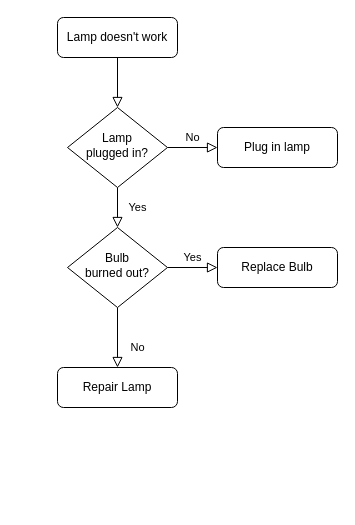
Earlier version of the draw.io diagram Exercise1_13.drawio (LONGDKZdev/Flowchart). Source tidied: cells renumbered, new cells numbered last; positions are measured from the earlier drawing's top-left corner, leaving out a move shared by most shapes. Both pictures are drawn from the tidied source at 100%, with x=0, y=0 at pixel (57, 17).
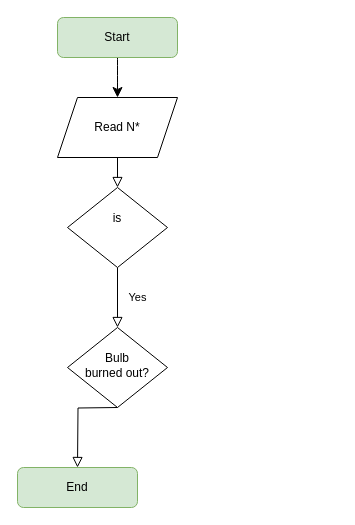
Above is the later version.

The edit, as a diff of the source:
```diff
@@
 <mxGraphModel>
   <root>
     <mxCell id="0" />
     <mxCell id="1" parent="0" />
-    <mxCell id="2" style="rounded=0;html=1;jettySize=auto;fontSize=11;endArrow=block;endFill=0;endSize=8;strokeWidth=1;shadow=0;labelBackgroundColor=none;edgeStyle=orthogonalEdgeStyle;" parent="1" edge="1" source="3" target="6">
+    <mxCell id="2" style="rounded=0;html=1;jettySize=auto;fontSize=11;endArrow=block;endFill=0;endSize=8;strokeWidth=1;shadow=0;labelBackgroundColor=none;edgeStyle=orthogonalEdgeStyle;exitX=0.5;exitY=1;exitDx=0;exitDy=0;" parent="1" edge="1" source="14" target="6">
       <mxGeometry relative="1" as="geometry" />
     </mxCell>
+    <mxCell id="13" style="edgeStyle=none;curved=1;rounded=0;jettySize=auto;html=1;fontSize=12;startSize=8;endSize=8;" parent="1" edge="1" source="3" target="14">
+      <mxGeometry relative="1" as="geometry" />
+    </mxCell>
-    <mxCell id="3" value="Lamp doesn't work" style="rounded=1;whiteSpace=wrap;html=1;fontSize=12;glass=0;strokeWidth=1;shadow=0;" parent="1" vertex="1">
+    <mxCell id="3" value="Start" style="rounded=1;whiteSpace=wrap;html=1;fontSize=12;glass=0;strokeWidth=1;shadow=0;fillColor=#d5e8d4;strokeColor=#82b366;" parent="1" vertex="1">
       <mxGeometry width="120" height="40" as="geometry" />
     </mxCell>
     <mxCell id="4" value="Yes" style="rounded=0;html=1;jettySize=auto;fontSize=11;endArrow=block;endFill=0;endSize=8;strokeWidth=1;shadow=0;labelBackgroundColor=none;edgeStyle=orthogonalEdgeStyle;" parent="1" edge="1" source="6" target="10">
       <mxGeometry y="20" relative="1" as="geometry" />
     </mxCell>
-    <mxCell id="5" value="No" style="edgeStyle=orthogonalEdgeStyle;rounded=0;html=1;jettySize=auto;fontSize=11;endArrow=block;endFill=0;endSize=8;strokeWidth=1;shadow=0;labelBackgroundColor=none;" parent="1" edge="1" source="6" target="7">
-      <mxGeometry y="10" relative="1" as="geometry" />
-    </mxCell>
-    <mxCell id="6" value="Lamp&lt;br&gt;plugged in?" style="rhombus;whiteSpace=wrap;html=1;shadow=0;fontFamily=Helvetica;fontSize=12;align=center;strokeWidth=1;spacing=6;spacingTop=-4;" parent="1" vertex="1">
-      <mxGeometry x="10" y="90" width="100" height="80" as="geometry" />
+    <mxCell id="6" value="is&lt;div&gt;&lt;br&gt;&lt;/div&gt;" style="rhombus;whiteSpace=wrap;html=1;shadow=0;fontFamily=Helvetica;fontSize=12;align=center;strokeWidth=1;spacing=6;spacingTop=-4;" parent="1" vertex="1">
+      <mxGeometry x="10" y="170" width="100" height="80" as="geometry" />
     </mxCell>
-    <mxCell id="7" value="Plug in lamp" style="rounded=1;whiteSpace=wrap;html=1;fontSize=12;glass=0;strokeWidth=1;shadow=0;" parent="1" vertex="1">
-      <mxGeometry x="160" y="110" width="120" height="40" as="geometry" />
-    </mxCell>
-    <mxCell id="8" value="No" style="rounded=0;html=1;jettySize=auto;fontSize=11;endArrow=block;endFill=0;endSize=8;strokeWidth=1;shadow=0;labelBackgroundColor=none;edgeStyle=orthogonalEdgeStyle;" parent="1" edge="1" source="10" target="11">
-      <mxGeometry x="0.33" y="20" relative="1" as="geometry" />
+    <mxCell id="8" style="rounded=0;html=1;jettySize=auto;orthogonalLoop=1;fontSize=11;endArrow=block;endFill=0;endSize=8;strokeWidth=1;shadow=0;labelBackgroundColor=none;edgeStyle=orthogonalEdgeStyle;" parent="1" edge="1">
+      <mxGeometry x="0.33" y="20" relative="1" as="geometry">
+        <mxPoint x="60" y="390" as="sourcePoint" />
+        <mxPoint x="20" y="450" as="targetPoint" />
+      </mxGeometry>
     </mxCell>
-    <mxCell id="9" value="Yes" style="edgeStyle=orthogonalEdgeStyle;rounded=0;html=1;jettySize=auto;fontSize=11;endArrow=block;endFill=0;endSize=8;strokeWidth=1;shadow=0;labelBackgroundColor=none;" parent="1" edge="1" source="10" target="12">
-      <mxGeometry y="10" relative="1" as="geometry" />
-    </mxCell>
     <mxCell id="10" value="Bulb&lt;br&gt;burned out?" style="rhombus;whiteSpace=wrap;html=1;shadow=0;fontFamily=Helvetica;fontSize=12;align=center;strokeWidth=1;spacing=6;spacingTop=-4;" parent="1" vertex="1">
-      <mxGeometry x="10" y="210" width="100" height="80" as="geometry" />
+      <mxGeometry x="10" y="310" width="100" height="80" as="geometry" />
     </mxCell>
-    <mxCell id="11" value="Repair Lamp" style="rounded=1;whiteSpace=wrap;html=1;fontSize=12;glass=0;strokeWidth=1;shadow=0;" parent="1" vertex="1">
-      <mxGeometry y="350" width="120" height="40" as="geometry" />
+    <mxCell id="11" value="End" style="rounded=1;whiteSpace=wrap;html=1;fontSize=12;glass=0;strokeWidth=1;shadow=0;fillColor=#d5e8d4;strokeColor=#82b366;" parent="1" vertex="1">
+      <mxGeometry x="-40" y="450" width="120" height="40" as="geometry" />
     </mxCell>
-    <mxCell id="12" value="Replace Bulb" style="rounded=1;whiteSpace=wrap;html=1;fontSize=12;glass=0;strokeWidth=1;shadow=0;" parent="1" vertex="1">
-      <mxGeometry x="160" y="230" width="120" height="40" as="geometry" />
-    </mxCell>
+    <mxCell id="14" value="Read N*" style="shape=parallelogram;perimeter=parallelogramPerimeter;whiteSpace=wrap;html=1;fixedSize=1;" parent="1" vertex="1">
+      <mxGeometry y="80" width="120" height="60" as="geometry" />
+    </mxCell>
   </root>
 </mxGraphModel>
```
